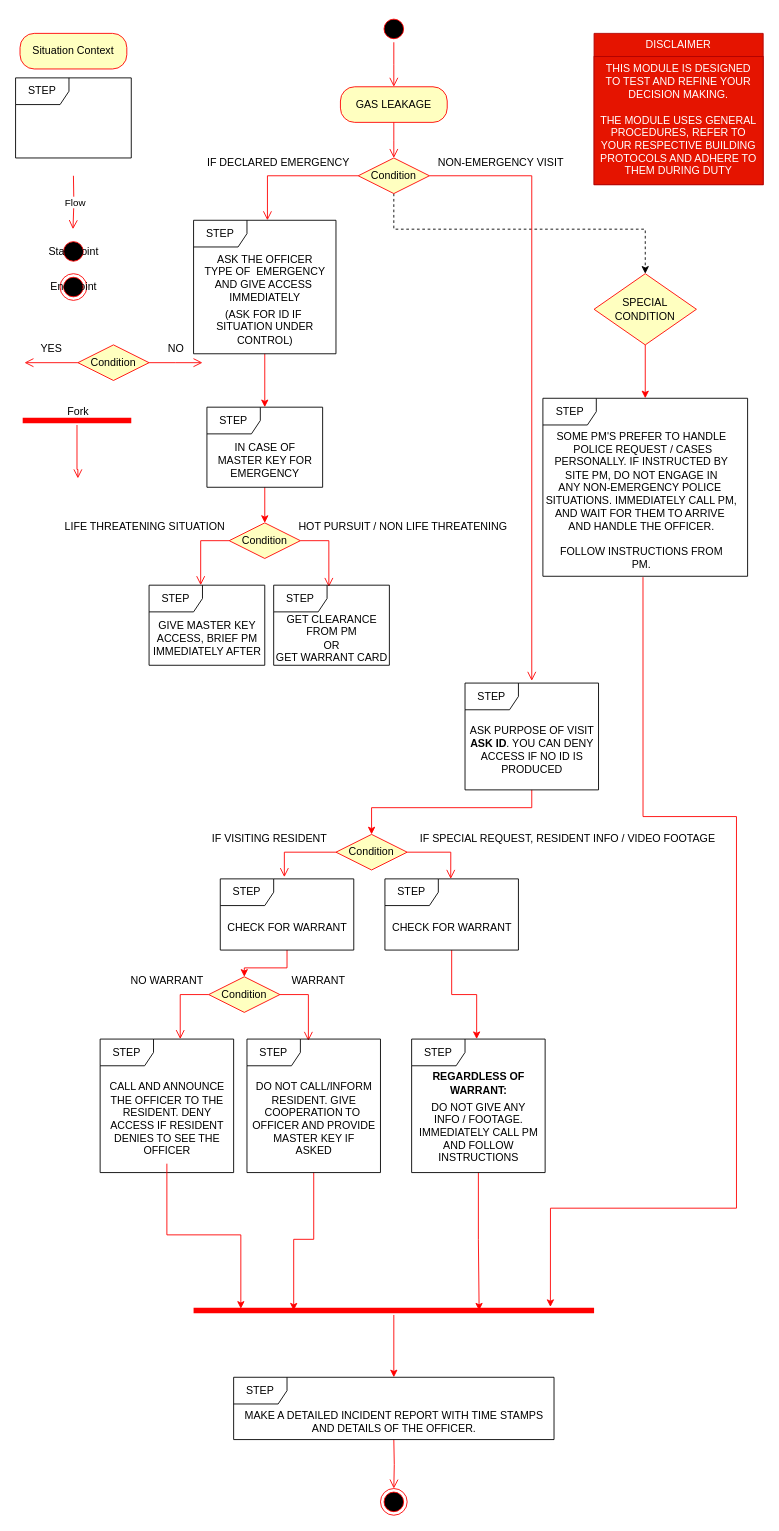
Earlier version of the draw.io diagram MODULES/Mod 6 Procedure OFFICERS/Mod 6-1 Procedure POLICE.drawio (s-nasir/ModTrain). Source tidied: cells renumbered, new cells numbered last; positions are measured from the earlier drawing's top-left corner, leaving out a move shared by most shapes. Both pictures are drawn from the tidied source at 89%, with x=0, y=0 at pixel (15, 15).
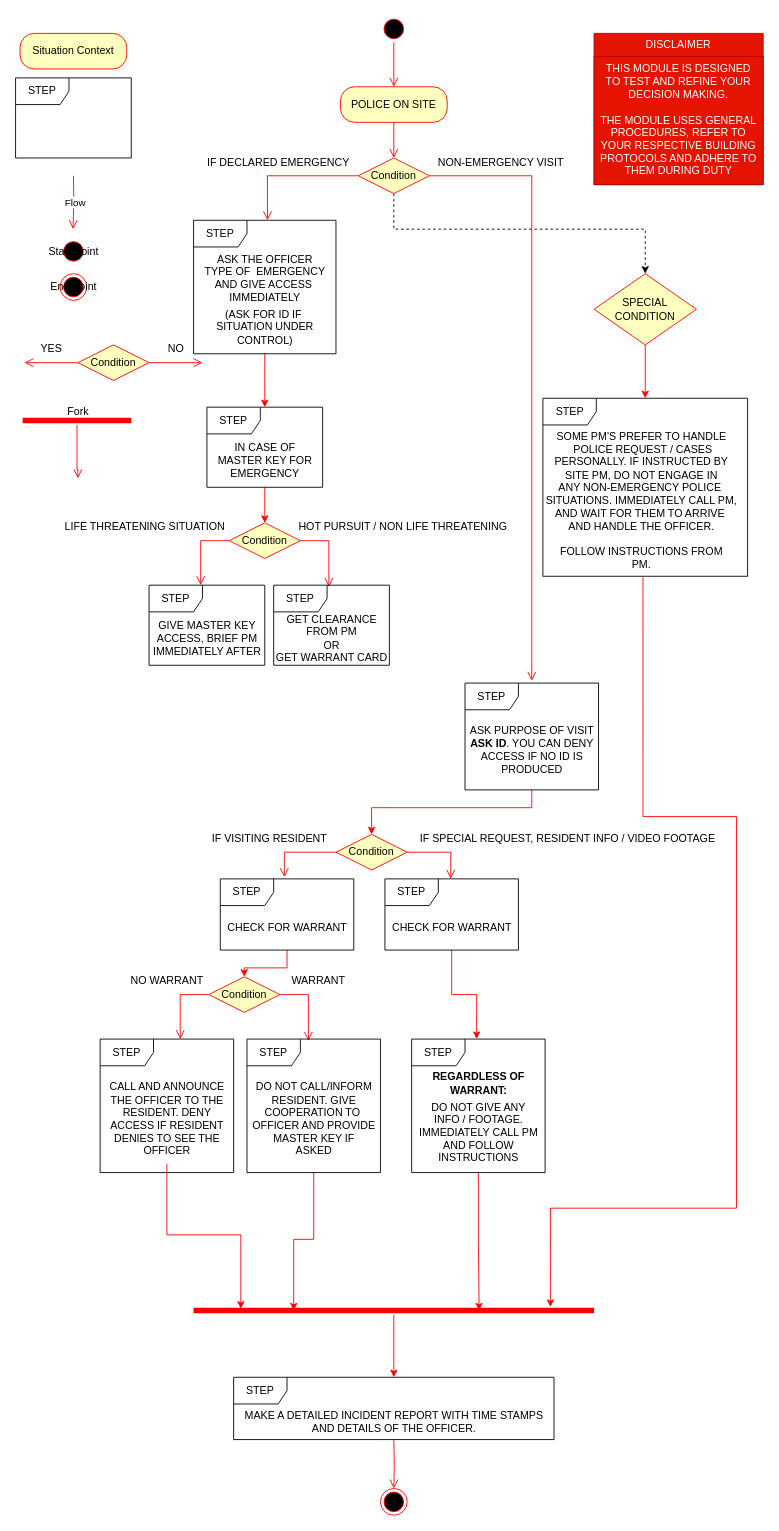
After the change.

The edit, as a diff of the source:
```diff
@@
-    <mxCell id="4" value="GAS LEAKAGE" style="rounded=1;whiteSpace=wrap;html=1;arcSize=40;fontColor=#000000;fillColor=#ffffc0;strokeColor=#ff0000;" parent="1" vertex="1">
+    <mxCell id="4" value="POLICE ON SITE" style="rounded=1;whiteSpace=wrap;html=1;arcSize=40;fontColor=#000000;fillColor=#ffffc0;strokeColor=#ff0000;" parent="1" vertex="1">
       <mxGeometry x="365" y="80" width="120" height="40" as="geometry" />
     </mxCell>
```
